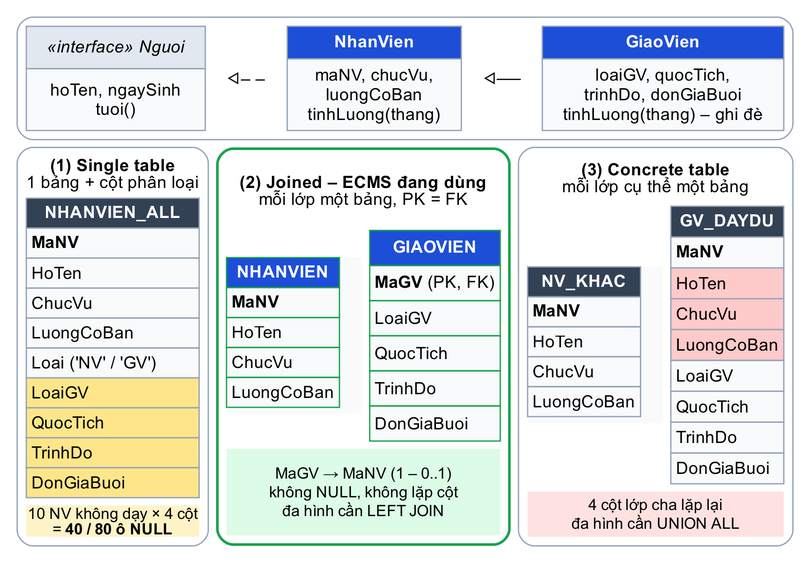
nhutruong-uit/ecms keeps this Graphviz diagram as report/images/ch5/ke-thua.png. Above is the earlier version. Its source is kept beside it as report/images/ch5/ke-thua.dot. Its diagram source:
```dot
digraph KeThua {
  bgcolor="white"; pad=0.1;
  node [shape=plain, fontname="Arial", fontsize=13];
  H [label=<
<TABLE BORDER="0" CELLBORDER="0" CELLSPACING="6" CELLPADDING="0">
<TR><TD COLSPAN="3">
  <TABLE BORDER="1" COLOR="#94a3b8" STYLE="rounded" CELLBORDER="0" CELLSPACING="6" CELLPADDING="0"><TR>
    <TD><TABLE BORDER="0" CELLBORDER="1" CELLSPACING="0" CELLPADDING="4" BGCOLOR="#f8fafc"><TR><TD BGCOLOR="#e2e8f0"><I>«interface» Nguoi</I></TD></TR><TR><TD>hoTen, ngaySinh<BR/>tuoi()</TD></TR></TABLE></TD>
    <TD>◁‒ ‒</TD>
    <TD><TABLE BORDER="0" CELLBORDER="1" CELLSPACING="0" CELLPADDING="4" BGCOLOR="#f8fafc"><TR><TD BGCOLOR="#1d4ed8"><FONT COLOR="white"><B>NhanVien</B></FONT></TD></TR><TR><TD>maNV, chucVu,<BR/>luongCoBan<BR/>tinhLuong(thang)</TD></TR></TABLE></TD>
    <TD>◁──</TD>
    <TD><TABLE BORDER="0" CELLBORDER="1" CELLSPACING="0" CELLPADDING="4" BGCOLOR="#f8fafc"><TR><TD BGCOLOR="#1d4ed8"><FONT COLOR="white"><B>GiaoVien</B></FONT></TD></TR><TR><TD>loaiGV, quocTich,<BR/>trinhDo, donGiaBuoi<BR/>tinhLuong(thang) – ghi đè</TD></TR></TABLE></TD>
  </TR></TABLE>
</TD></TR>
<TR>
  <TD VALIGN="TOP"><TABLE BORDER="1" COLOR="#94a3b8" STYLE="rounded" CELLBORDER="0" CELLSPACING="6" CELLPADDING="0">
    <TR><TD><B>(1) Single table</B><BR/>1 bảng + cột phân loại</TD></TR>
    <TR><TD><TABLE BORDER="0" CELLBORDER="1" CELLSPACING="0" CELLPADDING="3" BGCOLOR="#f8fafc">
      <TR><TD BGCOLOR="#334155"><FONT COLOR="white"><B>NHANVIEN_ALL</B></FONT></TD></TR>
      <TR><TD ALIGN="LEFT"><B>MaNV</B></TD></TR><TR><TD ALIGN="LEFT">HoTen</TD></TR><TR><TD ALIGN="LEFT">ChucVu</TD></TR>
      <TR><TD ALIGN="LEFT">LuongCoBan</TD></TR><TR><TD ALIGN="LEFT">Loai ('NV' / 'GV')</TD></TR>
      <TR><TD ALIGN="LEFT" BGCOLOR="#fde68a">LoaiGV</TD></TR><TR><TD ALIGN="LEFT" BGCOLOR="#fde68a">QuocTich</TD></TR>
      <TR><TD ALIGN="LEFT" BGCOLOR="#fde68a">TrinhDo</TD></TR><TR><TD ALIGN="LEFT" BGCOLOR="#fde68a">DonGiaBuoi</TD></TR></TABLE></TD></TR>
    <TR><TD BGCOLOR="#fef3c7"><FONT POINT-SIZE="12">10 NV không dạy × 4 cột<BR/>= <B>40 / 80 ô NULL</B></FONT></TD></TR>
  </TABLE></TD>
  <TD VALIGN="TOP"><TABLE BORDER="2" COLOR="#16a34a" STYLE="rounded" CELLBORDER="0" CELLSPACING="6" CELLPADDING="0">
    <TR><TD COLSPAN="2"><B>(2) Joined – ECMS đang dùng</B><BR/>mỗi lớp một bảng, PK = FK</TD></TR>
    <TR><TD VALIGN="TOP"><TABLE BORDER="0" CELLBORDER="1" CELLSPACING="0" CELLPADDING="3" BGCOLOR="#f8fafc" FIXEDSIZE="TRUE" WIDTH="104" HEIGHT="120">
      <TR><TD BGCOLOR="#1d4ed8"><FONT COLOR="white"><B>NHANVIEN</B></FONT></TD></TR>
      <TR><TD ALIGN="LEFT"><B>MaNV</B></TD></TR><TR><TD ALIGN="LEFT">HoTen</TD></TR><TR><TD ALIGN="LEFT">ChucVu</TD></TR>
      <TR><TD ALIGN="LEFT">LuongCoBan</TD></TR></TABLE></TD>
      <TD VALIGN="TOP"><TABLE BORDER="0" CELLBORDER="1" CELLSPACING="0" CELLPADDING="3" BGCOLOR="#f8fafc">
      <TR><TD BGCOLOR="#1d4ed8"><FONT COLOR="white"><B>GIAOVIEN</B></FONT></TD></TR>
      <TR><TD ALIGN="LEFT"><B>MaGV</B> (PK, FK)</TD></TR><TR><TD ALIGN="LEFT">LoaiGV</TD></TR><TR><TD ALIGN="LEFT">QuocTich</TD></TR>
      <TR><TD ALIGN="LEFT">TrinhDo</TD></TR><TR><TD ALIGN="LEFT">DonGiaBuoi</TD></TR></TABLE></TD></TR>
    <TR><TD COLSPAN="2" BGCOLOR="#dcfce7"><FONT POINT-SIZE="12">MaGV → MaNV (1 – 0..1)<BR/>không NULL, không lặp cột<BR/>đa hình cần LEFT JOIN</FONT></TD></TR>
  </TABLE></TD>
  <TD VALIGN="TOP"><TABLE BORDER="1" COLOR="#94a3b8" STYLE="rounded" CELLBORDER="0" CELLSPACING="6" CELLPADDING="0">
    <TR><TD COLSPAN="2"><B>(3) Concrete table</B><BR/>mỗi lớp cụ thể một bảng</TD></TR>
    <TR><TD VALIGN="TOP"><TABLE BORDER="0" CELLBORDER="1" CELLSPACING="0" CELLPADDING="3" BGCOLOR="#f8fafc" FIXEDSIZE="TRUE" WIDTH="104" HEIGHT="120">
      <TR><TD BGCOLOR="#334155"><FONT COLOR="white"><B>NV_KHAC</B></FONT></TD></TR>
      <TR><TD ALIGN="LEFT"><B>MaNV</B></TD></TR><TR><TD ALIGN="LEFT">HoTen</TD></TR><TR><TD ALIGN="LEFT">ChucVu</TD></TR>
      <TR><TD ALIGN="LEFT">LuongCoBan</TD></TR></TABLE></TD>
      <TD VALIGN="TOP"><TABLE BORDER="0" CELLBORDER="1" CELLSPACING="0" CELLPADDING="3" BGCOLOR="#f8fafc">
      <TR><TD BGCOLOR="#334155"><FONT COLOR="white"><B>GV_DAYDU</B></FONT></TD></TR>
      <TR><TD ALIGN="LEFT"><B>MaNV</B></TD></TR><TR><TD ALIGN="LEFT" BGCOLOR="#fecaca">HoTen</TD></TR>
      <TR><TD ALIGN="LEFT" BGCOLOR="#fecaca">ChucVu</TD></TR><TR><TD ALIGN="LEFT" BGCOLOR="#fecaca">LuongCoBan</TD></TR>
      <TR><TD ALIGN="LEFT">LoaiGV</TD></TR><TR><TD ALIGN="LEFT">QuocTich</TD></TR>
      <TR><TD ALIGN="LEFT">TrinhDo</TD></TR><TR><TD ALIGN="LEFT">DonGiaBuoi</TD></TR></TABLE></TD></TR>
    <TR><TD COLSPAN="2" BGCOLOR="#fee2e2"><FONT POINT-SIZE="12">4 cột lớp cha lặp lại<BR/>đa hình cần UNION ALL</FONT></TD></TR>
  </TABLE></TD>
</TR>
</TABLE>>];
}
```
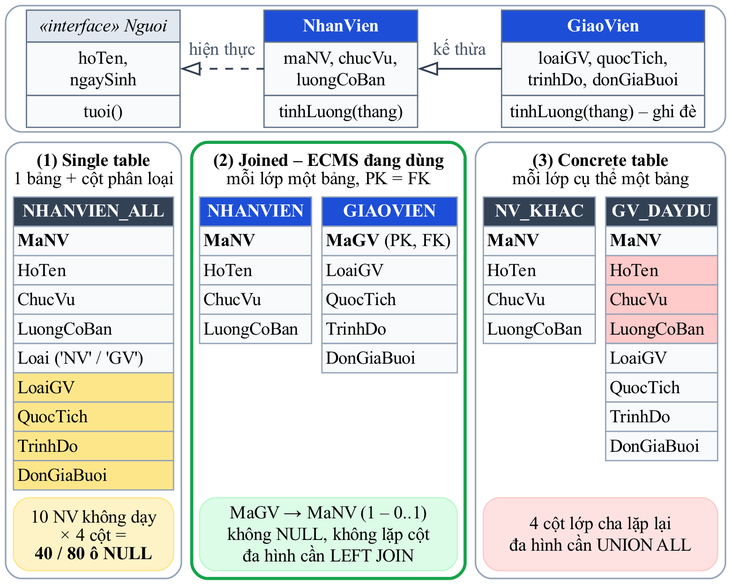
Later version of the same file.

The edit, as a diff of the source:
```diff
@@ -1,54 +1,100 @@
 digraph KeThua {
-  bgcolor="white"; pad=0.1;
-  node [shape=plain, fontname="Arial", fontsize=13];
-  H [label=<
-<TABLE BORDER="0" CELLBORDER="0" CELLSPACING="6" CELLPADDING="0">
-<TR><TD COLSPAN="3">
-  <TABLE BORDER="1" COLOR="#94a3b8" STYLE="rounded" CELLBORDER="0" CELLSPACING="6" CELLPADDING="0"><TR>
-    <TD><TABLE BORDER="0" CELLBORDER="1" CELLSPACING="0" CELLPADDING="4" BGCOLOR="#f8fafc"><TR><TD BGCOLOR="#e2e8f0"><I>«interface» Nguoi</I></TD></TR><TR><TD>hoTen, ngaySinh<BR/>tuoi()</TD></TR></TABLE></TD>
-    <TD>◁‒ ‒</TD>
-    <TD><TABLE BORDER="0" CELLBORDER="1" CELLSPACING="0" CELLPADDING="4" BGCOLOR="#f8fafc"><TR><TD BGCOLOR="#1d4ed8"><FONT COLOR="white"><B>NhanVien</B></FONT></TD></TR><TR><TD>maNV, chucVu,<BR/>luongCoBan<BR/>tinhLuong(thang)</TD></TR></TABLE></TD>
-    <TD>◁──</TD>
-    <TD><TABLE BORDER="0" CELLBORDER="1" CELLSPACING="0" CELLPADDING="4" BGCOLOR="#f8fafc"><TR><TD BGCOLOR="#1d4ed8"><FONT COLOR="white"><B>GiaoVien</B></FONT></TD></TR><TR><TD>loaiGV, quocTich,<BR/>trinhDo, donGiaBuoi<BR/>tinhLuong(thang) – ghi đè</TD></TR></TABLE></TD>
-  </TR></TABLE>
-</TD></TR>
-<TR>
-  <TD VALIGN="TOP"><TABLE BORDER="1" COLOR="#94a3b8" STYLE="rounded" CELLBORDER="0" CELLSPACING="6" CELLPADDING="0">
-    <TR><TD><B>(1) Single table</B><BR/>1 bảng + cột phân loại</TD></TR>
-    <TR><TD><TABLE BORDER="0" CELLBORDER="1" CELLSPACING="0" CELLPADDING="3" BGCOLOR="#f8fafc">
-      <TR><TD BGCOLOR="#334155"><FONT COLOR="white"><B>NHANVIEN_ALL</B></FONT></TD></TR>
-      <TR><TD ALIGN="LEFT"><B>MaNV</B></TD></TR><TR><TD ALIGN="LEFT">HoTen</TD></TR><TR><TD ALIGN="LEFT">ChucVu</TD></TR>
-      <TR><TD ALIGN="LEFT">LuongCoBan</TD></TR><TR><TD ALIGN="LEFT">Loai ('NV' / 'GV')</TD></TR>
-      <TR><TD ALIGN="LEFT" BGCOLOR="#fde68a">LoaiGV</TD></TR><TR><TD ALIGN="LEFT" BGCOLOR="#fde68a">QuocTich</TD></TR>
-      <TR><TD ALIGN="LEFT" BGCOLOR="#fde68a">TrinhDo</TD></TR><TR><TD ALIGN="LEFT" BGCOLOR="#fde68a">DonGiaBuoi</TD></TR></TABLE></TD></TR>
-    <TR><TD BGCOLOR="#fef3c7"><FONT POINT-SIZE="12">10 NV không dạy × 4 cột<BR/>= <B>40 / 80 ô NULL</B></FONT></TD></TR>
-  </TABLE></TD>
-  <TD VALIGN="TOP"><TABLE BORDER="2" COLOR="#16a34a" STYLE="rounded" CELLBORDER="0" CELLSPACING="6" CELLPADDING="0">
-    <TR><TD COLSPAN="2"><B>(2) Joined – ECMS đang dùng</B><BR/>mỗi lớp một bảng, PK = FK</TD></TR>
-    <TR><TD VALIGN="TOP"><TABLE BORDER="0" CELLBORDER="1" CELLSPACING="0" CELLPADDING="3" BGCOLOR="#f8fafc" FIXEDSIZE="TRUE" WIDTH="104" HEIGHT="120">
-      <TR><TD BGCOLOR="#1d4ed8"><FONT COLOR="white"><B>NHANVIEN</B></FONT></TD></TR>
-      <TR><TD ALIGN="LEFT"><B>MaNV</B></TD></TR><TR><TD ALIGN="LEFT">HoTen</TD></TR><TR><TD ALIGN="LEFT">ChucVu</TD></TR>
-      <TR><TD ALIGN="LEFT">LuongCoBan</TD></TR></TABLE></TD>
-      <TD VALIGN="TOP"><TABLE BORDER="0" CELLBORDER="1" CELLSPACING="0" CELLPADDING="3" BGCOLOR="#f8fafc">
-      <TR><TD BGCOLOR="#1d4ed8"><FONT COLOR="white"><B>GIAOVIEN</B></FONT></TD></TR>
-      <TR><TD ALIGN="LEFT"><B>MaGV</B> (PK, FK)</TD></TR><TR><TD ALIGN="LEFT">LoaiGV</TD></TR><TR><TD ALIGN="LEFT">QuocTich</TD></TR>
-      <TR><TD ALIGN="LEFT">TrinhDo</TD></TR><TR><TD ALIGN="LEFT">DonGiaBuoi</TD></TR></TABLE></TD></TR>
-    <TR><TD COLSPAN="2" BGCOLOR="#dcfce7"><FONT POINT-SIZE="12">MaGV → MaNV (1 – 0..1)<BR/>không NULL, không lặp cột<BR/>đa hình cần LEFT JOIN</FONT></TD></TR>
-  </TABLE></TD>
-  <TD VALIGN="TOP"><TABLE BORDER="1" COLOR="#94a3b8" STYLE="rounded" CELLBORDER="0" CELLSPACING="6" CELLPADDING="0">
-    <TR><TD COLSPAN="2"><B>(3) Concrete table</B><BR/>mỗi lớp cụ thể một bảng</TD></TR>
-    <TR><TD VALIGN="TOP"><TABLE BORDER="0" CELLBORDER="1" CELLSPACING="0" CELLPADDING="3" BGCOLOR="#f8fafc" FIXEDSIZE="TRUE" WIDTH="104" HEIGHT="120">
-      <TR><TD BGCOLOR="#334155"><FONT COLOR="white"><B>NV_KHAC</B></FONT></TD></TR>
-      <TR><TD ALIGN="LEFT"><B>MaNV</B></TD></TR><TR><TD ALIGN="LEFT">HoTen</TD></TR><TR><TD ALIGN="LEFT">ChucVu</TD></TR>
-      <TR><TD ALIGN="LEFT">LuongCoBan</TD></TR></TABLE></TD>
-      <TD VALIGN="TOP"><TABLE BORDER="0" CELLBORDER="1" CELLSPACING="0" CELLPADDING="3" BGCOLOR="#f8fafc">
-      <TR><TD BGCOLOR="#334155"><FONT COLOR="white"><B>GV_DAYDU</B></FONT></TD></TR>
-      <TR><TD ALIGN="LEFT"><B>MaNV</B></TD></TR><TR><TD ALIGN="LEFT" BGCOLOR="#fecaca">HoTen</TD></TR>
-      <TR><TD ALIGN="LEFT" BGCOLOR="#fecaca">ChucVu</TD></TR><TR><TD ALIGN="LEFT" BGCOLOR="#fecaca">LuongCoBan</TD></TR>
-      <TR><TD ALIGN="LEFT">LoaiGV</TD></TR><TR><TD ALIGN="LEFT">QuocTich</TD></TR>
-      <TR><TD ALIGN="LEFT">TrinhDo</TD></TR><TR><TD ALIGN="LEFT">DonGiaBuoi</TD></TR></TABLE></TD></TR>
-    <TR><TD COLSPAN="2" BGCOLOR="#fee2e2"><FONT POINT-SIZE="12">4 cột lớp cha lặp lại<BR/>đa hình cần UNION ALL</FONT></TD></TR>
-  </TABLE></TD>
-</TR>
-</TABLE>>];
+  graph [splines=line, pad=0.06, bgcolor="white"];
+  node  [fontname="Times New Roman,", fontsize=14, shape=plain];
+  edge  [color="#334155", penwidth=1.4, arrowhead=empty, arrowsize=1.3];
+
+  node [shape=box, style="rounded", fixedsize=true, label="", color="#94a3b8", penwidth=1.2];
+  kc [pos="276.5,391.5!", width=7.6806, height=1.3472];
+  k1 [pos="67.5,167.5!", width=1.8750, height=4.6528];
+  k2 [pos="248,167.5!",  width=2.9167, height=4.6528, color="#16a34a", penwidth=2.4];
+  k3 [pos="457,167.5!",  width=2.6667, height=4.6528];
+
+  node [style="rounded,filled", penwidth=1];
+  g1 [pos="67.5,34!", width=1.7083, height=0.7778, fillcolor="#fef3c7", color="#fde68a",
+      label=<10 NV không dạy<BR/>× 4 cột =<BR/><B>40 / 80 ô NULL</B>>];
+  g2 [pos="248,34!",  width=2.7500, height=0.7778, fillcolor="#dcfce7", color="#bbf7d0",
+      label=<MaGV → MaNV (1 – 0..1)<BR/>không NULL, không lặp cột<BR/>đa hình cần LEFT JOIN>];
+  g3 [pos="457,34!",  width=2.5000, height=0.7778, fillcolor="#fee2e2", color="#fecaca",
+      label=<4 cột lớp cha lặp lại<BR/>đa hình cần UNION ALL>];
+
+  node [shape=plain, style="", fixedsize=false, width=0, height=0];
+  t1 [pos="67.5,315!", label=<<B>(1) Single table</B><BR/>1 bảng + cột phân loại>];
+  t2 [pos="248,315!",  label=<<B>(2) Joined – ECMS đang dùng</B><BR/>mỗi lớp một bảng, PK = FK>];
+  t3 [pos="457,315!",  label=<<B>(3) Concrete table</B><BR/>mỗi lớp cụ thể một bảng>];
+
+  Nguoi    [pos="75,391.5!",  label=<
+    <TABLE BORDER="0" CELLBORDER="1" CELLSPACING="0" CELLPADDING="3" COLOR="#64748b" BGCOLOR="#f8fafc">
+      <TR><TD WIDTH="118" BGCOLOR="#e2e8f0"><I>«interface» Nguoi</I></TD></TR>
+      <TR><TD>hoTen,<BR/>ngaySinh</TD></TR>
+      <TR><TD>tuoi()</TD></TR>
+    </TABLE>>];
+  NhanVien [pos="257.5,391.5!", label=<
+    <TABLE BORDER="0" CELLBORDER="1" CELLSPACING="0" CELLPADDING="3" COLOR="#64748b" BGCOLOR="#f8fafc">
+      <TR><TD WIDTH="118" BGCOLOR="#1d4ed8"><FONT COLOR="white"><B>NhanVien</B></FONT></TD></TR>
+      <TR><TD>maNV, chucVu,<BR/>luongCoBan</TD></TR>
+      <TR><TD>tinhLuong(thang)</TD></TR>
+    </TABLE>>];
+  GiaoVien [pos="459,391.5!", label=<
+    <TABLE BORDER="0" CELLBORDER="1" CELLSPACING="0" CELLPADDING="3" COLOR="#64748b" BGCOLOR="#f8fafc">
+      <TR><TD WIDTH="156" BGCOLOR="#1d4ed8"><FONT COLOR="white"><B>GiaoVien</B></FONT></TD></TR>
+      <TR><TD>loaiGV, quocTich,<BR/>trinhDo, donGiaBuoi</TD></TR>
+      <TR><TD>tinhLuong(thang) – ghi đè</TD></TR>
+    </TABLE>>];
+  l1 [pos="166.25,407!", label="hiện thực", fontcolor="#475569"];
+  l2 [pos="348.75,407!", label="kế thừa",   fontcolor="#475569"];
+  NhanVien -> Nguoi [style=dashed];
+  GiaoVien -> NhanVien;
+
+  t_all [pos="67.5,180.5!", label=<
+    <TABLE BORDER="0" CELLBORDER="1" CELLSPACING="0" CELLPADDING="2" COLOR="#94a3b8">
+      <TR><TD WIDTH="123" BGCOLOR="#334155"><FONT COLOR="white"><B>NHANVIEN_ALL</B></FONT></TD></TR>
+      <TR><TD ALIGN="LEFT" BGCOLOR="#f8fafc"><B>MaNV</B></TD></TR>
+      <TR><TD ALIGN="LEFT" BGCOLOR="#f8fafc">HoTen</TD></TR>
+      <TR><TD ALIGN="LEFT" BGCOLOR="#f8fafc">ChucVu</TD></TR>
+      <TR><TD ALIGN="LEFT" BGCOLOR="#f8fafc">LuongCoBan</TD></TR>
+      <TR><TD ALIGN="LEFT" BGCOLOR="#f8fafc">Loai ('NV' / 'GV')</TD></TR>
+      <TR><TD ALIGN="LEFT" BGCOLOR="#fde68a">LoaiGV</TD></TR>
+      <TR><TD ALIGN="LEFT" BGCOLOR="#fde68a">QuocTich</TD></TR>
+      <TR><TD ALIGN="LEFT" BGCOLOR="#fde68a">TrinhDo</TD></TR>
+      <TR><TD ALIGN="LEFT" BGCOLOR="#fde68a">DonGiaBuoi</TD></TR>
+    </TABLE>>];
+
+  t_nv [pos="192,236.75!", label=<
+    <TABLE BORDER="0" CELLBORDER="1" CELLSPACING="0" CELLPADDING="2" COLOR="#94a3b8">
+      <TR><TD WIDTH="86" BGCOLOR="#1d4ed8"><FONT COLOR="white"><B>NHANVIEN</B></FONT></TD></TR>
+      <TR><TD ALIGN="LEFT" BGCOLOR="#f8fafc"><B>MaNV</B></TD></TR>
+      <TR><TD ALIGN="LEFT" BGCOLOR="#f8fafc">HoTen</TD></TR>
+      <TR><TD ALIGN="LEFT" BGCOLOR="#f8fafc">ChucVu</TD></TR>
+      <TR><TD ALIGN="LEFT" BGCOLOR="#f8fafc">LuongCoBan</TD></TR>
+    </TABLE>>];
+  t_gv [pos="295,225.5!", label=<
+    <TABLE BORDER="0" CELLBORDER="1" CELLSPACING="0" CELLPADDING="2" COLOR="#94a3b8">
+      <TR><TD WIDTH="104" BGCOLOR="#1d4ed8"><FONT COLOR="white"><B>GIAOVIEN</B></FONT></TD></TR>
+      <TR><TD ALIGN="LEFT" BGCOLOR="#f8fafc"><B>MaGV</B> (PK, FK)</TD></TR>
+      <TR><TD ALIGN="LEFT" BGCOLOR="#f8fafc">LoaiGV</TD></TR>
+      <TR><TD ALIGN="LEFT" BGCOLOR="#f8fafc">QuocTich</TD></TR>
+      <TR><TD ALIGN="LEFT" BGCOLOR="#f8fafc">TrinhDo</TD></TR>
+      <TR><TD ALIGN="LEFT" BGCOLOR="#f8fafc">DonGiaBuoi</TD></TR>
+    </TABLE>>];
+
+  t_k  [pos="410,236.75!", label=<
+    <TABLE BORDER="0" CELLBORDER="1" CELLSPACING="0" CELLPADDING="2" COLOR="#94a3b8">
+      <TR><TD WIDTH="86" BGCOLOR="#334155"><FONT COLOR="white"><B>NV_KHAC</B></FONT></TD></TR>
+      <TR><TD ALIGN="LEFT" BGCOLOR="#f8fafc"><B>MaNV</B></TD></TR>
+      <TR><TD ALIGN="LEFT" BGCOLOR="#f8fafc">HoTen</TD></TR>
+      <TR><TD ALIGN="LEFT" BGCOLOR="#f8fafc">ChucVu</TD></TR>
+      <TR><TD ALIGN="LEFT" BGCOLOR="#f8fafc">LuongCoBan</TD></TR>
+    </TABLE>>];
+  t_d  [pos="504,191.75!", label=<
+    <TABLE BORDER="0" CELLBORDER="1" CELLSPACING="0" CELLPADDING="2" COLOR="#94a3b8">
+      <TR><TD WIDTH="86" BGCOLOR="#334155"><FONT COLOR="white"><B>GV_DAYDU</B></FONT></TD></TR>
+      <TR><TD ALIGN="LEFT" BGCOLOR="#f8fafc"><B>MaNV</B></TD></TR>
+      <TR><TD ALIGN="LEFT" BGCOLOR="#fecaca">HoTen</TD></TR>
+      <TR><TD ALIGN="LEFT" BGCOLOR="#fecaca">ChucVu</TD></TR>
+      <TR><TD ALIGN="LEFT" BGCOLOR="#fecaca">LuongCoBan</TD></TR>
+      <TR><TD ALIGN="LEFT" BGCOLOR="#f8fafc">LoaiGV</TD></TR>
+      <TR><TD ALIGN="LEFT" BGCOLOR="#f8fafc">QuocTich</TD></TR>
+      <TR><TD ALIGN="LEFT" BGCOLOR="#f8fafc">TrinhDo</TD></TR>
+      <TR><TD ALIGN="LEFT" BGCOLOR="#f8fafc">DonGiaBuoi</TD></TR>
+    </TABLE>>];
 }
```
